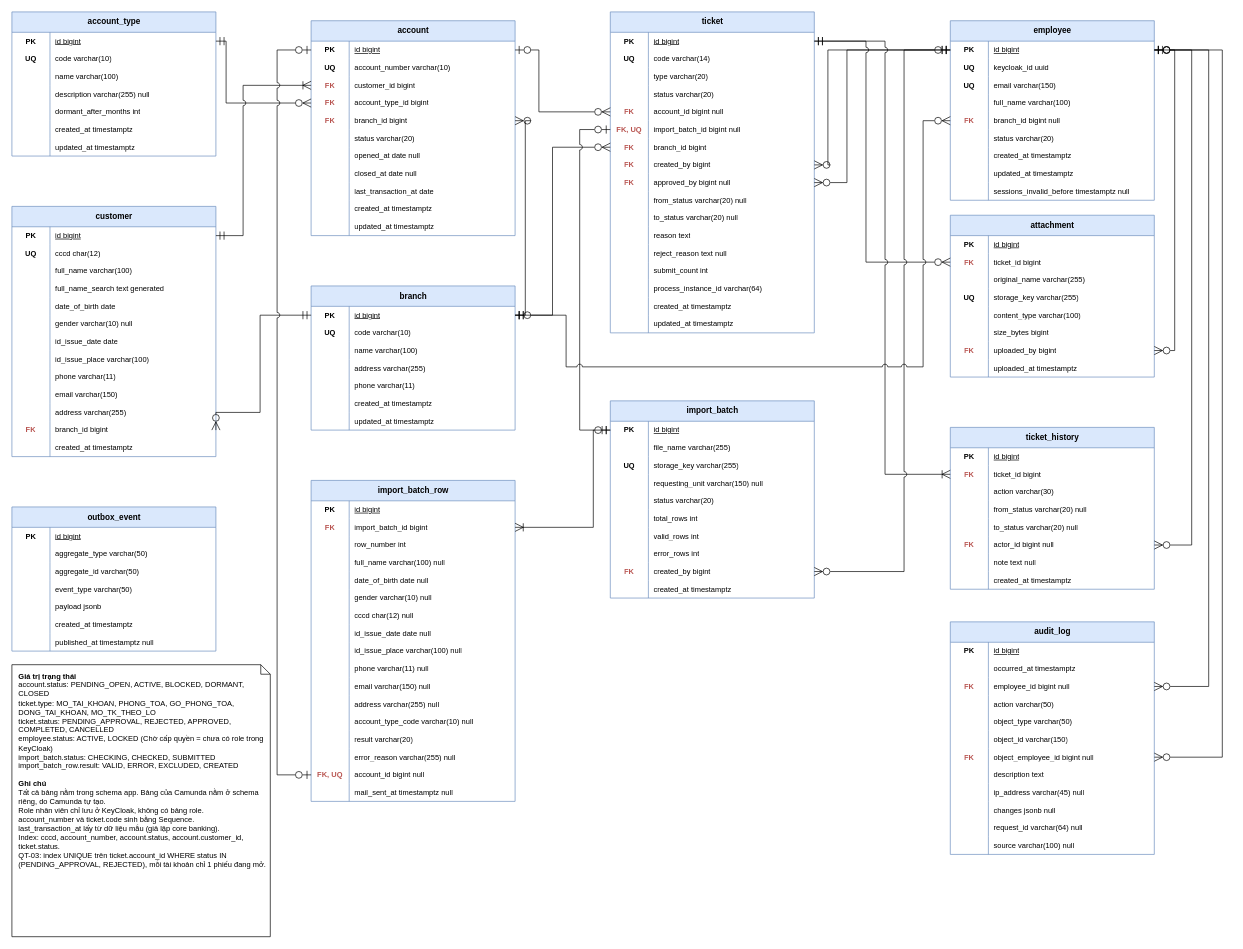
Above: docs/diagrams/erd.drawio in Arielne/account-lifecycle-portal (draw.io), before the change. Source tidied: cells renumbered, new cells numbered last; positions are measured from the earlier drawing's top-left corner, leaving out a move shared by most shapes. Both pictures are drawn from the tidied source at 68%, with x=0, y=0 at pixel (12, 12).
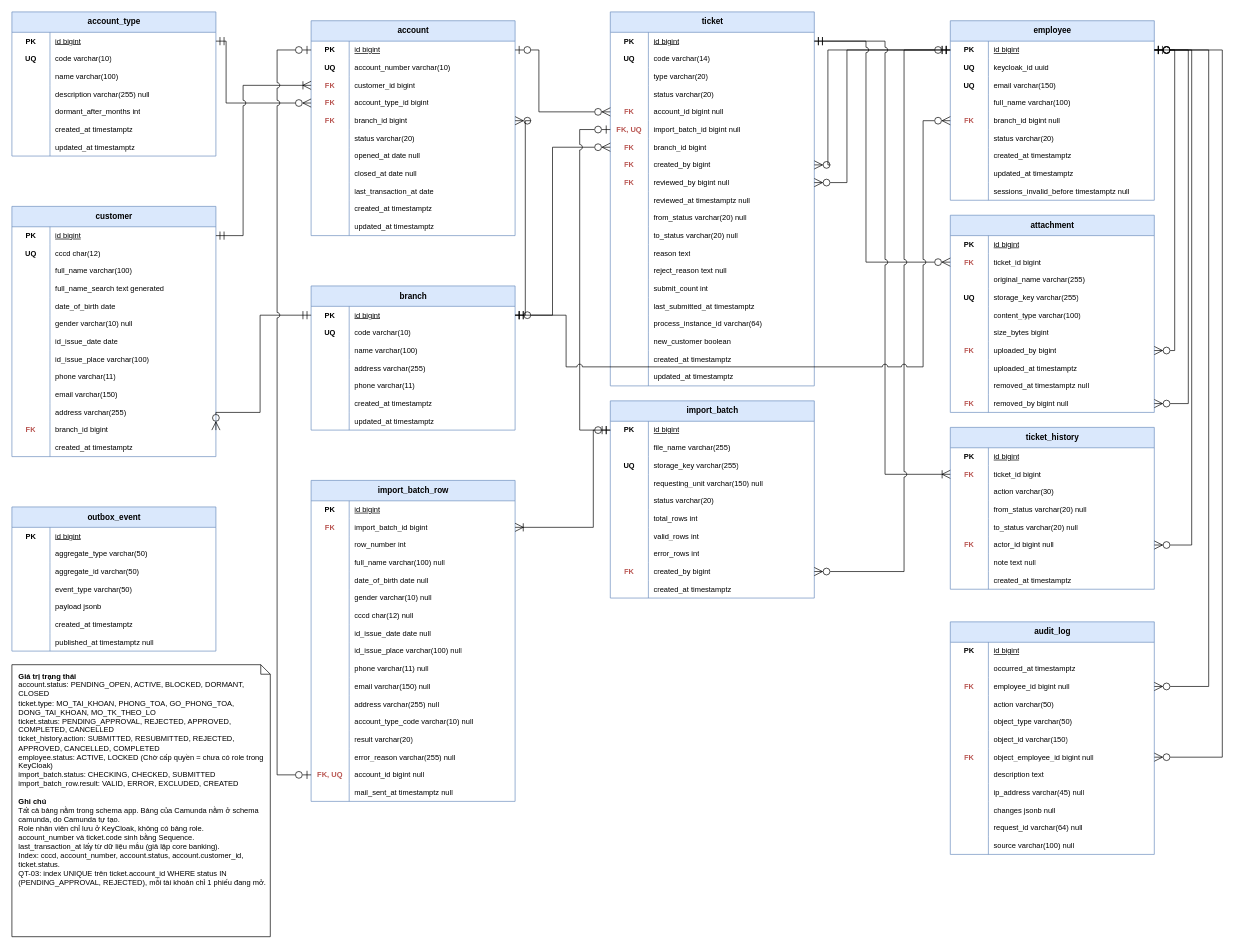
The same diagram, later.

The change refers to these unchanged cells:
```xml
<mxCell id="281" style="shape=tableRow;horizontal=0;startSize=0;swimlaneHead=0;swimlaneBody=0;fillColor=none;points=[[0,0.5],[1,0.5]];portConstraint=eastwest;top=0;left=0;right=0;bottom=0;html=1;" parent="280" vertex="1">
  <mxGeometry y="30" width="300" height="26" as="geometry" />
</mxCell>
```

Diff of the diagram source:
```diff
@@
     <mxCell id="172" value="ticket" style="shape=table;startSize=30;childLayout=tableLayout;rowLines=0;fontStyle=1;align=center;html=1;fillColor=#dae8fc;strokeColor=#6c8ebf;" parent="1" vertex="1">
-      <mxGeometry x="880" width="300" height="472" as="geometry" />
+      <mxGeometry x="880" width="300" height="550" as="geometry" />
     </mxCell>
@@
-    <mxCell id="197" style="shape=tableRow;horizontal=0;startSize=0;swimlaneHead=0;swimlaneBody=0;fillColor=none;points=[[0,0.5],[1,0.5]];portConstraint=eastwest;top=0;left=0;right=0;bottom=0;html=1;" parent="172" vertex="1">
-      <mxGeometry y="238" width="300" height="26" as="geometry" />
-    </mxCell>
-    <mxCell id="198" value="FK" style="shape=partialRectangle;fillColor=none;top=0;left=0;bottom=0;right=0;fontStyle=1;overflow=hidden;html=1;whiteSpace=wrap;fontSize=11;fontColor=#B85450;" parent="197" vertex="1">
-      <mxGeometry width="56" height="26" as="geometry" />
-    </mxCell>
-    <mxCell id="199" value="approved_by bigint null" style="shape=partialRectangle;fillColor=none;top=0;left=0;bottom=0;right=0;align=left;spacingLeft=6;overflow=hidden;html=1;whiteSpace=wrap;fontSize=11;" parent="197" vertex="1">
-      <mxGeometry x="56" width="244" height="26" as="geometry" />
-    </mxCell>
+    <mxCell id="412" style="shape=tableRow;horizontal=0;startSize=0;swimlaneHead=0;swimlaneBody=0;fillColor=none;points=[[0,0.5],[1,0.5]];portConstraint=eastwest;top=0;left=0;right=0;bottom=0;html=1;" parent="172" vertex="1">
+      <mxGeometry y="238" width="300" height="26" as="geometry" />
+    </mxCell>
+    <mxCell id="413" value="FK" style="shape=partialRectangle;fillColor=none;top=0;left=0;bottom=0;right=0;fontStyle=1;overflow=hidden;html=1;whiteSpace=wrap;fontSize=11;fontColor=#B85450;" parent="412" vertex="1">
+      <mxGeometry width="56" height="26" as="geometry" />
+    </mxCell>
+    <mxCell id="414" value="reviewed_by bigint null" style="shape=partialRectangle;fillColor=none;top=0;left=0;bottom=0;right=0;align=left;spacingLeft=6;overflow=hidden;html=1;whiteSpace=wrap;fontSize=11;" parent="412" vertex="1">
+      <mxGeometry x="56" width="244" height="26" as="geometry" />
+    </mxCell>
+    <mxCell id="415" style="shape=tableRow;horizontal=0;startSize=0;swimlaneHead=0;swimlaneBody=0;fillColor=none;top=0;left=0;right=0;bottom=0;html=1;" parent="172" vertex="1">
+      <mxGeometry y="264" width="300" height="26" as="geometry" />
+    </mxCell>
+    <mxCell id="416" style="shape=partialRectangle;fillColor=none;top=0;left=0;bottom=0;right=0;fontStyle=1;overflow=hidden;html=1;whiteSpace=wrap;fontSize=11;" parent="415" vertex="1">
+      <mxGeometry width="56" height="26" as="geometry" />
+    </mxCell>
+    <mxCell id="417" value="reviewed_at timestamptz null" style="shape=partialRectangle;fillColor=none;top=0;left=0;bottom=0;right=0;align=left;spacingLeft=6;overflow=hidden;html=1;whiteSpace=wrap;fontSize=11;" parent="415" vertex="1">
+      <mxGeometry x="56" width="244" height="26" as="geometry" />
+    </mxCell>
     <mxCell id="200" style="shape=tableRow;horizontal=0;startSize=0;swimlaneHead=0;swimlaneBody=0;fillColor=none;top=0;left=0;right=0;bottom=0;html=1;" parent="172" vertex="1">
-      <mxGeometry y="264" width="300" height="26" as="geometry" />
+      <mxGeometry y="290" width="300" height="26" as="geometry" />
     </mxCell>
@@
     <mxCell id="203" style="shape=tableRow;horizontal=0;startSize=0;swimlaneHead=0;swimlaneBody=0;fillColor=none;top=0;left=0;right=0;bottom=0;html=1;" parent="172" vertex="1">
-      <mxGeometry y="290" width="300" height="26" as="geometry" />
+      <mxGeometry y="316" width="300" height="26" as="geometry" />
     </mxCell>
@@
     <mxCell id="206" style="shape=tableRow;horizontal=0;startSize=0;swimlaneHead=0;swimlaneBody=0;fillColor=none;top=0;left=0;right=0;bottom=0;html=1;" parent="172" vertex="1">
-      <mxGeometry y="316" width="300" height="26" as="geometry" />
+      <mxGeometry y="342" width="300" height="26" as="geometry" />
     </mxCell>
@@
     <mxCell id="209" style="shape=tableRow;horizontal=0;startSize=0;swimlaneHead=0;swimlaneBody=0;fillColor=none;top=0;left=0;right=0;bottom=0;html=1;" parent="172" vertex="1">
-      <mxGeometry y="342" width="300" height="26" as="geometry" />
+      <mxGeometry y="368" width="300" height="26" as="geometry" />
     </mxCell>
@@
     <mxCell id="212" style="shape=tableRow;horizontal=0;startSize=0;swimlaneHead=0;swimlaneBody=0;fillColor=none;top=0;left=0;right=0;bottom=0;html=1;" parent="172" vertex="1">
-      <mxGeometry y="368" width="300" height="26" as="geometry" />
+      <mxGeometry y="394" width="300" height="26" as="geometry" />
     </mxCell>
@@
+    <mxCell id="418" style="shape=tableRow;horizontal=0;startSize=0;swimlaneHead=0;swimlaneBody=0;fillColor=none;top=0;left=0;right=0;bottom=0;html=1;" parent="172" vertex="1">
+      <mxGeometry y="420" width="300" height="26" as="geometry" />
+    </mxCell>
+    <mxCell id="419" style="shape=partialRectangle;fillColor=none;top=0;left=0;bottom=0;right=0;fontStyle=1;overflow=hidden;html=1;whiteSpace=wrap;fontSize=11;" parent="418" vertex="1">
+      <mxGeometry width="56" height="26" as="geometry" />
+    </mxCell>
+    <mxCell id="420" value="last_submitted_at timestamptz" style="shape=partialRectangle;fillColor=none;top=0;left=0;bottom=0;right=0;align=left;spacingLeft=6;overflow=hidden;html=1;whiteSpace=wrap;fontSize=11;" parent="418" vertex="1">
+      <mxGeometry x="56" width="244" height="26" as="geometry" />
+    </mxCell>
     <mxCell id="215" style="shape=tableRow;horizontal=0;startSize=0;swimlaneHead=0;swimlaneBody=0;fillColor=none;top=0;left=0;right=0;bottom=0;html=1;" parent="172" vertex="1">
-      <mxGeometry y="394" width="300" height="26" as="geometry" />
+      <mxGeometry y="446" width="300" height="26" as="geometry" />
     </mxCell>
@@
+    <mxCell id="421" style="shape=tableRow;horizontal=0;startSize=0;swimlaneHead=0;swimlaneBody=0;fillColor=none;top=0;left=0;right=0;bottom=0;html=1;" parent="172" vertex="1">
+      <mxGeometry y="472" width="300" height="26" as="geometry" />
+    </mxCell>
+    <mxCell id="422" style="shape=partialRectangle;fillColor=none;top=0;left=0;bottom=0;right=0;fontStyle=1;overflow=hidden;html=1;whiteSpace=wrap;fontSize=11;" parent="421" vertex="1">
+      <mxGeometry width="56" height="26" as="geometry" />
+    </mxCell>
+    <mxCell id="423" value="new_customer boolean" style="shape=partialRectangle;fillColor=none;top=0;left=0;bottom=0;right=0;align=left;spacingLeft=6;overflow=hidden;html=1;whiteSpace=wrap;fontSize=11;" parent="421" vertex="1">
+      <mxGeometry x="56" width="244" height="26" as="geometry" />
+    </mxCell>
     <mxCell id="218" style="shape=tableRow;horizontal=0;startSize=0;swimlaneHead=0;swimlaneBody=0;fillColor=none;top=0;left=0;right=0;bottom=0;html=1;" parent="172" vertex="1">
-      <mxGeometry y="420" width="300" height="26" as="geometry" />
+      <mxGeometry y="498" width="300" height="26" as="geometry" />
     </mxCell>
@@
     <mxCell id="221" style="shape=tableRow;horizontal=0;startSize=0;swimlaneHead=0;swimlaneBody=0;fillColor=none;top=0;left=0;right=0;bottom=0;html=1;" parent="172" vertex="1">
-      <mxGeometry y="446" width="300" height="26" as="geometry" />
+      <mxGeometry y="524" width="300" height="26" as="geometry" />
     </mxCell>
@@
     <mxCell id="255" value="attachment" style="shape=table;startSize=30;childLayout=tableLayout;rowLines=0;fontStyle=1;align=center;html=1;fillColor=#dae8fc;strokeColor=#6c8ebf;" parent="1" vertex="1">
-      <mxGeometry x="1380" y="299" width="300" height="238" as="geometry" />
+      <mxGeometry x="1380" y="299" width="300" height="290" as="geometry" />
     </mxCell>
@@
+    <mxCell id="424" style="shape=tableRow;horizontal=0;startSize=0;swimlaneHead=0;swimlaneBody=0;fillColor=none;top=0;left=0;right=0;bottom=0;html=1;" parent="255" vertex="1">
+      <mxGeometry y="238" width="300" height="26" as="geometry" />
+    </mxCell>
+    <mxCell id="425" style="shape=partialRectangle;fillColor=none;top=0;left=0;bottom=0;right=0;fontStyle=1;overflow=hidden;html=1;whiteSpace=wrap;fontSize=11;" parent="424" vertex="1">
+      <mxGeometry width="56" height="26" as="geometry" />
+    </mxCell>
+    <mxCell id="426" value="removed_at timestamptz null" style="shape=partialRectangle;fillColor=none;top=0;left=0;bottom=0;right=0;align=left;spacingLeft=6;overflow=hidden;html=1;whiteSpace=wrap;fontSize=11;" parent="424" vertex="1">
+      <mxGeometry x="56" width="244" height="26" as="geometry" />
+    </mxCell>
+    <mxCell id="427" style="shape=tableRow;horizontal=0;startSize=0;swimlaneHead=0;swimlaneBody=0;fillColor=none;points=[[0,0.5],[1,0.5]];portConstraint=eastwest;top=0;left=0;right=0;bottom=0;html=1;" parent="255" vertex="1">
+      <mxGeometry y="264" width="300" height="26" as="geometry" />
+    </mxCell>
+    <mxCell id="428" value="FK" style="shape=partialRectangle;fillColor=none;top=0;left=0;bottom=0;right=0;fontStyle=1;overflow=hidden;html=1;whiteSpace=wrap;fontSize=11;fontColor=#B85450;" parent="427" vertex="1">
+      <mxGeometry width="56" height="26" as="geometry" />
+    </mxCell>
+    <mxCell id="429" value="removed_by bigint null" style="shape=partialRectangle;fillColor=none;top=0;left=0;bottom=0;right=0;align=left;spacingLeft=6;overflow=hidden;html=1;whiteSpace=wrap;fontSize=11;" parent="427" vertex="1">
+      <mxGeometry x="56" width="244" height="26" as="geometry" />
+    </mxCell>
@@
-    <mxCell id="402" style="edgeStyle=orthogonalEdgeStyle;rounded=0;html=1;jumpStyle=arc;jumpSize=8;startArrow=ERzeroToMany;endArrow=ERzeroToOne;startFill=0;endFill=0;startSize=10;endSize=10;exitX=1;exitY=0.5;exitDx=0;exitDy=0;entryX=0;entryY=0.5;entryDx=0;entryDy=0;" parent="1" edge="1" source="197" target="281">
+    <mxCell id="402" style="edgeStyle=orthogonalEdgeStyle;rounded=0;html=1;jumpStyle=arc;jumpSize=8;startArrow=ERzeroToMany;endArrow=ERzeroToOne;startFill=0;endFill=0;startSize=10;endSize=10;exitX=1;exitY=0.5;exitDx=0;exitDy=0;entryX=0;entryY=0.5;entryDx=0;entryDy=0;" parent="1" edge="1" source="412" target="281">
       <mxGeometry relative="1" as="geometry">
         <Array as="points">
           <mxPoint x="1228" y="251" />
           <mxPoint x="1228" y="56" />
         </Array>
       </mxGeometry>
     </mxCell>
@@
+    <mxCell id="430" style="edgeStyle=orthogonalEdgeStyle;rounded=0;html=1;jumpStyle=arc;jumpSize=8;startArrow=ERzeroToMany;endArrow=ERzeroToOne;startFill=0;endFill=0;startSize=10;endSize=10;exitX=1;exitY=0.5;exitDx=0;exitDy=0;entryX=1;entryY=0.5;entryDx=0;entryDy=0;" parent="1" edge="1" source="427" target="281">
+      <mxGeometry relative="1" as="geometry">
+        <Array as="points">
+          <mxPoint x="1730" y="576" />
+          <mxPoint x="1730" y="56" />
+        </Array>
+      </mxGeometry>
+    </mxCell>
@@
-    <mxCell id="411" value="&lt;b&gt;Giá trị trạng thái&lt;/b&gt;&lt;br&gt;account.status: PENDING_OPEN, ACTIVE, BLOCKED, DORMANT, CLOSED&lt;br&gt;ticket.type: MO_TAI_KHOAN, PHONG_TOA, GO_PHONG_TOA, DONG_TAI_KHOAN, MO_TK_THEO_LO&lt;br&gt;ticket.status: PENDING_APPROVAL, REJECTED, APPROVED, COMPLETED, CANCELLED&lt;br&gt;employee.status: ACTIVE, LOCKED (Chờ cấp quyền = chưa có role trong KeyCloak)&lt;br&gt;import_batch.status: CHECKING, CHECKED, SUBMITTED&lt;br&gt;import_batch_row.result: VALID, ERROR, EXCLUDED, CREATED&lt;br&gt;&lt;br&gt;&lt;b&gt;Ghi chú&lt;/b&gt;&lt;br&gt;Tất cả bảng nằm trong schema app. Bảng của Camunda nằm ở schema riêng, do Camunda tự tạo.&lt;br&gt;Role nhân viên chỉ lưu ở KeyCloak, không có bảng role.&lt;br&gt;account_number và ticket.code sinh bằng Sequence.&lt;br&gt;last_transaction_at lấy từ dữ liệu mẫu (giả lập core banking).&lt;br&gt;Index: cccd, account_number, account.status, account.customer_id, ticket.status.&lt;br&gt;QT-03: index UNIQUE trên ticket.account_id WHERE status IN (PENDING_APPROVAL, REJECTED), mỗi tài khoản chỉ 1 phiếu đang mở." style="shape=note;whiteSpace=wrap;html=1;size=14;align=left;verticalAlign=top;spacingLeft=8;spacingTop=4;fontSize=11;" parent="1" vertex="1">
+    <mxCell id="411" value="&lt;b&gt;Giá trị trạng thái&lt;/b&gt;&lt;br&gt;account.status: PENDING_OPEN, ACTIVE, BLOCKED, DORMANT, CLOSED&lt;br&gt;ticket.type: MO_TAI_KHOAN, PHONG_TOA, GO_PHONG_TOA, DONG_TAI_KHOAN, MO_TK_THEO_LO&lt;br&gt;ticket.status: PENDING_APPROVAL, REJECTED, APPROVED, COMPLETED, CANCELLED&lt;br&gt;ticket_history.action: SUBMITTED, RESUBMITTED, REJECTED, APPROVED, CANCELLED, COMPLETED&lt;br&gt;employee.status: ACTIVE, LOCKED (Chờ cấp quyền = chưa có role trong KeyCloak)&lt;br&gt;import_batch.status: CHECKING, CHECKED, SUBMITTED&lt;br&gt;import_batch_row.result: VALID, ERROR, EXCLUDED, CREATED&lt;br&gt;&lt;br&gt;&lt;b&gt;Ghi chú&lt;/b&gt;&lt;br&gt;Tất cả bảng nằm trong schema app. Bảng của Camunda nằm ở schema camunda, do Camunda tự tạo.&lt;br&gt;Role nhân viên chỉ lưu ở KeyCloak, không có bảng role.&lt;br&gt;account_number và ticket.code sinh bằng Sequence.&lt;br&gt;last_transaction_at lấy từ dữ liệu mẫu (giả lập core banking).&lt;br&gt;Index: cccd, account_number, account.status, account.customer_id, ticket.status.&lt;br&gt;QT-03: index UNIQUE trên ticket.account_id WHERE status IN (PENDING_APPROVAL, REJECTED), mỗi tài khoản chỉ 1 phiếu đang mở." style="shape=note;whiteSpace=wrap;html=1;size=14;align=left;verticalAlign=top;spacingLeft=8;spacingTop=4;fontSize=11;" parent="1" vertex="1">
       <mxGeometry y="960" width="380" height="400" as="geometry" />
     </mxCell>
```
